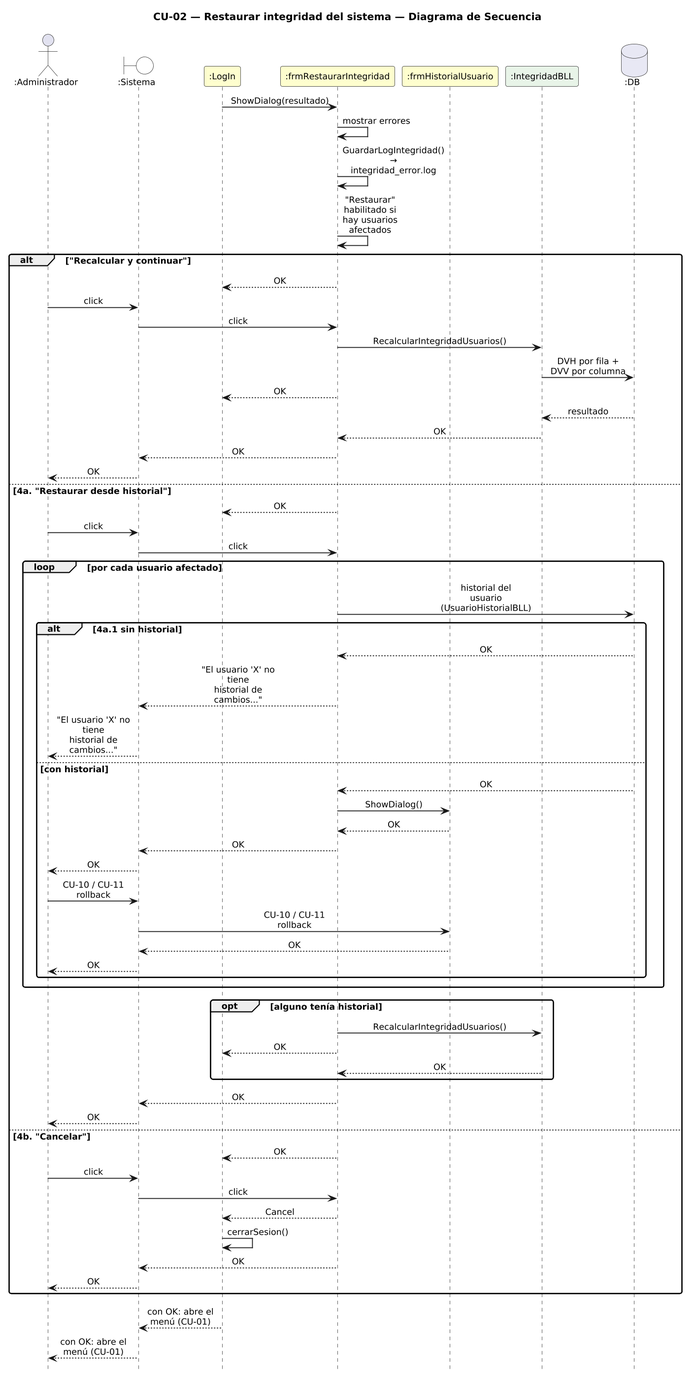
Before: DIAGRAMAS/DiagramaSecuencia_CU02_RestaurarIntegridad.png, a diagram exported from PlantUML (Urrels/ingenieria_software).
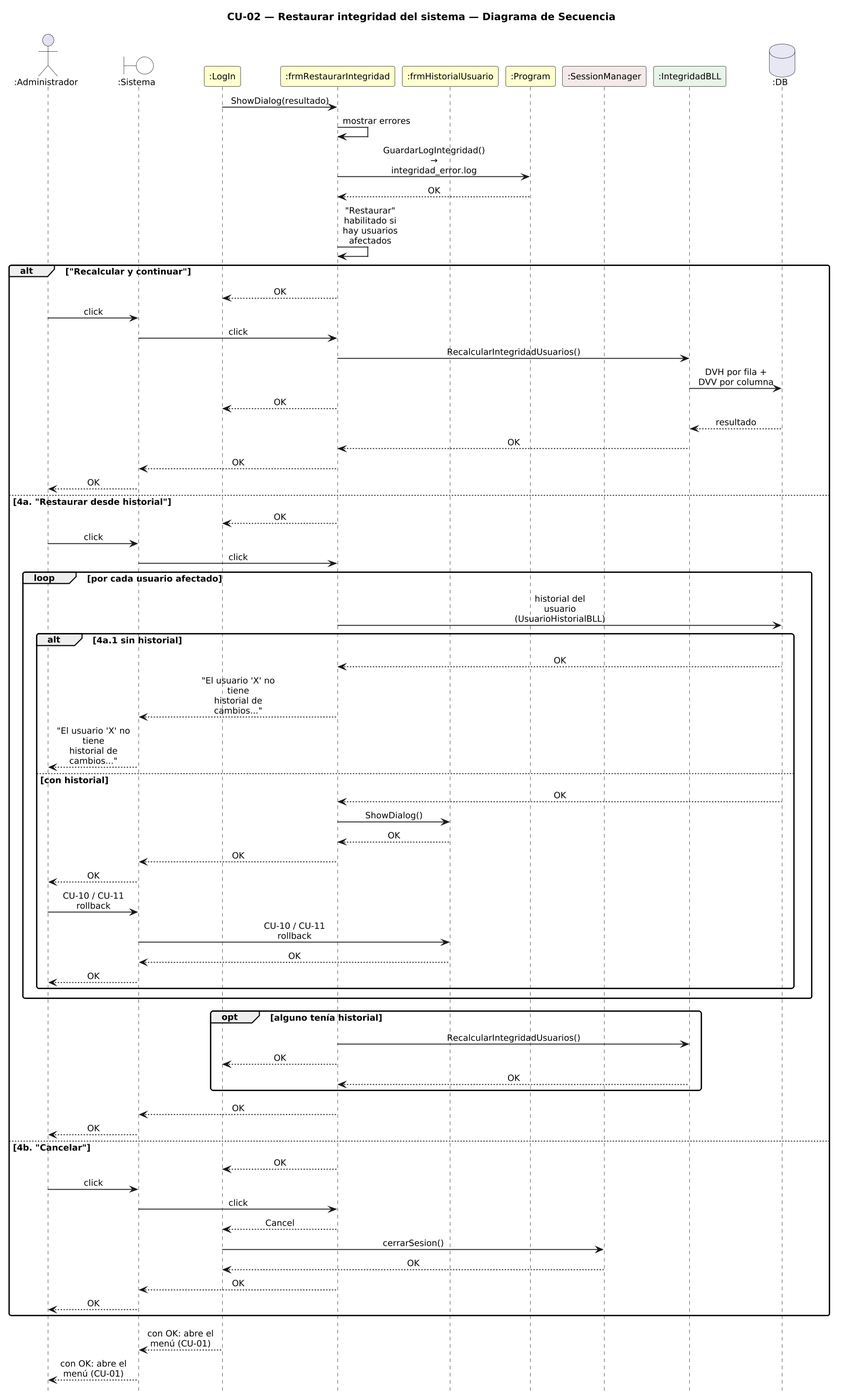
The same file after the commit.

The edit, as a diff of the source:
```diff
@@ -16,12 +16,15 @@
 participant ":LogIn" as LI #FEFECE
 participant ":frmRestaurarIntegridad" as F #FEFECE
 participant ":frmHistorialUsuario" as FH #FEFECE
+participant ":Program" as PG #FEFECE
+participant ":SessionManager" as SM #F4E8E8
 participant ":IntegridadBLL" as I #E8F4E8
 database ":DB" as DB #E8E8F4
 
 LI -> F : ShowDialog(resultado)
 F -> F : mostrar errores
-F -> F : GuardarLogIntegridad()\n→ integridad_error.log
+F -> PG : GuardarLogIntegridad()\n→ integridad_error.log
+PG --> F : OK
 F -> F : "Restaurar" habilitado si\nhay usuarios afectados
 alt "Recalcular y continuar"
   F --> LI : OK
@@ -68,7 +71,8 @@
   A -> SYS : click
   SYS -> F : click
   F --> LI : Cancel
-  LI -> LI : cerrarSesion()
+  LI -> SM : cerrarSesion()
+  SM --> LI : OK
   F --> SYS : OK
   SYS --> A : OK
 end
```
